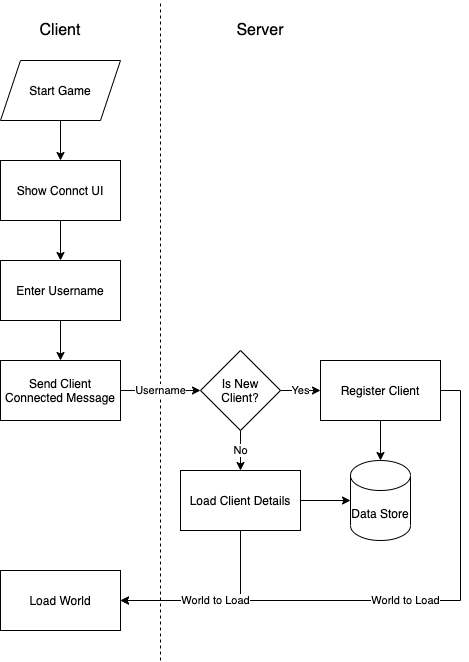
Before: documentation/requirements/images/workflow_client_logon_and_connect.drawio.png, a diagram exported from draw.io (snowmeltarcade/projectbirdracing). Source tidied: cells renumbered, new cells last; positions are measured from the earlier drawing's top-left corner, leaving out a move shared by most shapes.
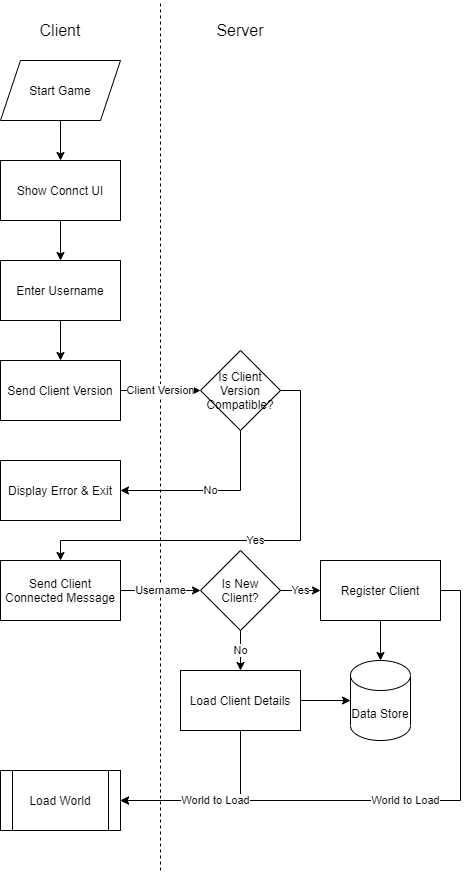
After the commit.

Diff of the diagram source:
```diff
@@ -3,28 +3,28 @@
     <mxCell id="0" />
     <mxCell id="1" parent="0" />
     <mxCell id="2" value="&lt;font style=&quot;font-size: 16px&quot;&gt;Client&lt;/font&gt;" style="text;html=1;strokeColor=none;fillColor=none;align=center;verticalAlign=middle;whiteSpace=wrap;rounded=0;" parent="1" vertex="1">
-      <mxGeometry x="40" y="20" width="40" height="20" as="geometry" />
+      <mxGeometry x="40" y="-180" width="40" height="20" as="geometry" />
     </mxCell>
     <mxCell id="3" value="&lt;font style=&quot;font-size: 16px&quot;&gt;Server&lt;/font&gt;" style="text;html=1;strokeColor=none;fillColor=none;align=center;verticalAlign=middle;whiteSpace=wrap;rounded=0;" parent="1" vertex="1">
-      <mxGeometry x="240" y="20" width="40" height="20" as="geometry" />
+      <mxGeometry x="220" y="-180" width="40" height="20" as="geometry" />
     </mxCell>
     <mxCell id="4" style="endArrow=none;dashed=1;html=1;" parent="1" edge="1">
       <mxGeometry relative="1" as="geometry">
-        <mxPoint x="160" y="660" as="sourcePoint" />
-        <mxPoint x="160" as="targetPoint" />
+        <mxPoint x="160" y="670" as="sourcePoint" />
+        <mxPoint x="160" y="-200" as="targetPoint" />
       </mxGeometry>
     </mxCell>
     <mxCell id="5" style="edgeStyle=orthogonalEdgeStyle;rounded=0;jettySize=auto;html=1;" parent="1" edge="1" source="6" target="23">
       <mxGeometry relative="1" as="geometry" />
     </mxCell>
     <mxCell id="6" value="Start Game" style="shape=parallelogram;perimeter=parallelogramPerimeter;whiteSpace=wrap;html=1;fixedSize=1;" parent="1" vertex="1">
-      <mxGeometry y="60" width="120" height="60" as="geometry" />
+      <mxGeometry y="-140" width="120" height="60" as="geometry" />
     </mxCell>
-    <mxCell id="7" style="edgeStyle=orthogonalEdgeStyle;rounded=0;jettySize=auto;html=1;" parent="1" edge="1" source="8" target="10">
-      <mxGeometry relative="1" as="geometry" />
-    </mxCell>
+    <mxCell id="24" style="edgeStyle=orthogonalEdgeStyle;rounded=0;jettySize=auto;html=1;" parent="1" edge="1" source="8" target="26">
+      <mxGeometry relative="1" as="geometry" />
+    </mxCell>
     <mxCell id="8" value="Enter Username" style="rounded=0;whiteSpace=wrap;html=1;" parent="1" vertex="1">
-      <mxGeometry y="260" width="120" height="60" as="geometry" />
+      <mxGeometry y="60" width="120" height="60" as="geometry" />
     </mxCell>
     <mxCell id="9" value="Username" style="edgeStyle=orthogonalEdgeStyle;rounded=0;jettySize=auto;html=1;" parent="1" edge="1" source="10">
       <mxGeometry relative="1" as="geometry">
@@ -65,9 +65,6 @@
     <mxCell id="19" value="Register Client" style="rounded=0;whiteSpace=wrap;html=1;" parent="1" vertex="1">
       <mxGeometry x="320" y="360" width="120" height="60" as="geometry" />
     </mxCell>
-    <mxCell id="20" value="Load World" style="rounded=0;whiteSpace=wrap;html=1;" parent="1" vertex="1">
-      <mxGeometry y="570" width="120" height="60" as="geometry" />
-    </mxCell>
     <mxCell id="21" value="World to Load" style="edgeStyle=orthogonalEdgeStyle;rounded=0;jettySize=auto;html=1;exitX=0.5;exitY=1;exitDx=0;exitDy=0;entryX=1;entryY=0.5;entryDx=0;entryDy=0;" parent="1" edge="1" source="12" target="20">
       <mxGeometry relative="1" as="geometry" />
     </mxCell>
@@ -75,7 +72,34 @@
       <mxGeometry relative="1" as="geometry" />
     </mxCell>
     <mxCell id="23" value="Show Connct UI" style="rounded=0;whiteSpace=wrap;html=1;" parent="1" vertex="1">
-      <mxGeometry y="160" width="120" height="60" as="geometry" />
+      <mxGeometry y="-40" width="120" height="60" as="geometry" />
     </mxCell>
+    <mxCell id="20" value="Load World" style="shape=process;whiteSpace=wrap;html=1;backgroundOutline=1;" parent="1" vertex="1">
+      <mxGeometry y="570" width="120" height="60" as="geometry" />
+    </mxCell>
+    <mxCell id="25" value="Client Version" style="edgeStyle=orthogonalEdgeStyle;rounded=0;jettySize=auto;html=1;exitX=1;exitY=0.5;exitDx=0;exitDy=0;entryX=0;entryY=0.5;entryDx=0;entryDy=0;" parent="1" edge="1" source="26" target="29">
+      <mxGeometry relative="1" as="geometry" />
+    </mxCell>
+    <mxCell id="26" value="Send Client Version" style="rounded=0;whiteSpace=wrap;html=1;" parent="1" vertex="1">
+      <mxGeometry y="160" width="120" height="60" as="geometry" />
+    </mxCell>
+    <mxCell id="27" value="Yes" style="edgeStyle=orthogonalEdgeStyle;rounded=0;jettySize=auto;html=1;exitX=1;exitY=0.5;exitDx=0;exitDy=0;entryX=0.5;entryY=0;entryDx=0;entryDy=0;" parent="1" edge="1" source="29" target="10">
+      <mxGeometry relative="1" as="geometry">
+        <Array as="points">
+          <mxPoint x="300" y="190" />
+          <mxPoint x="300" y="340" />
+          <mxPoint x="60" y="340" />
+        </Array>
+      </mxGeometry>
+    </mxCell>
+    <mxCell id="28" value="No" style="edgeStyle=orthogonalEdgeStyle;rounded=0;jettySize=auto;html=1;exitX=0.5;exitY=1;exitDx=0;exitDy=0;entryX=1;entryY=0.5;entryDx=0;entryDy=0;" parent="1" edge="1" source="29" target="30">
+      <mxGeometry relative="1" as="geometry" />
+    </mxCell>
+    <mxCell id="29" value="Is Client Version Compatible?" style="rhombus;whiteSpace=wrap;html=1;" parent="1" vertex="1">
+      <mxGeometry x="200" y="150" width="80" height="80" as="geometry" />
+    </mxCell>
+    <mxCell id="30" value="Display Error &amp;amp; Exit" style="rounded=0;whiteSpace=wrap;html=1;" parent="1" vertex="1">
+      <mxGeometry y="260" width="120" height="60" as="geometry" />
+    </mxCell>
   </root>
 </mxGraphModel>
```
